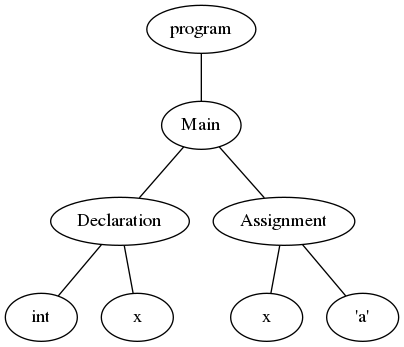
The Graphviz diagram AST.png in Danh95/Project-Compilers, before a commit. Its source is kept beside it as AST.dot.
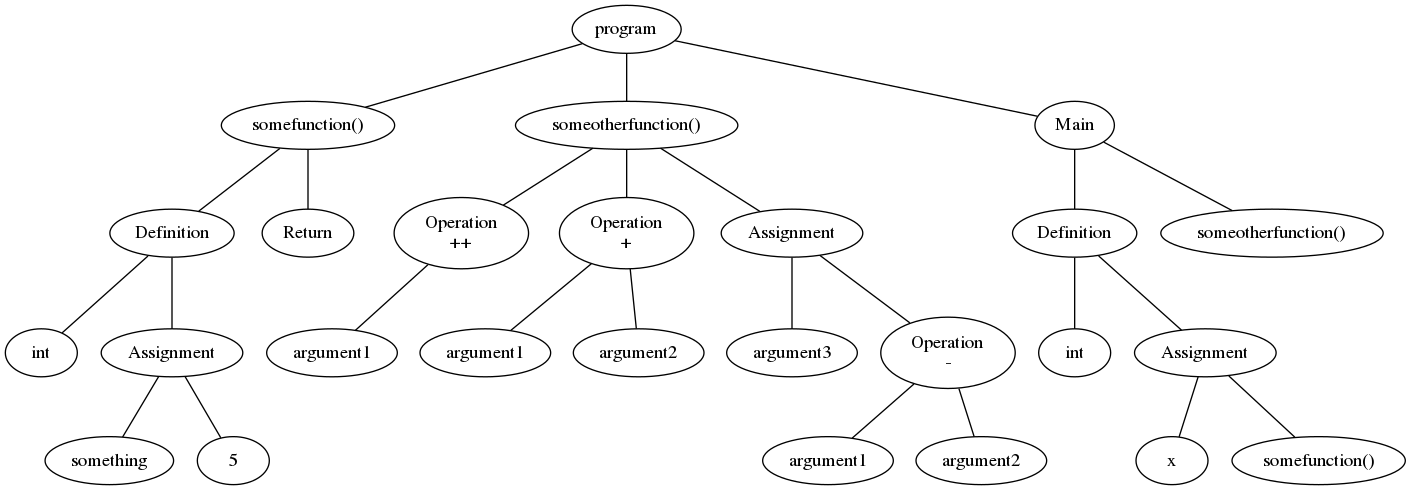
After the change.

The edit, as a diff of the source:
```diff
@@ -1,18 +1,57 @@
 graph AST {
 0[label="program"];
-1[label="Main"];
+1[label="somefunction()"];
 0 -- 1;
-2[label="Declaration"];
+2[label="Definition"];
 1 -- 2;
 3[label="int"];
 2 -- 3;
-4[label="x"];
+4[label="Assignment"];
 2 -- 4;
-5[label="Assignment"];
-1 -- 5;
-6[label="x"];
-5 -- 6;
-7[label="'a'"];
-5 -- 7;
+5[label="something"];
+4 -- 5;
+6[label="5"];
+4 -- 6;
+7[label="Return"];
+1 -- 7;
+8[label="someotherfunction()"];
+0 -- 8;
+9[label="Operation
+++"];
+8 -- 9;
+10[label="argument1"];
+9 -- 10;
+11[label="Operation
++"];
+8 -- 11;
+12[label="argument1"];
+11 -- 12;
+13[label="argument2"];
+11 -- 13;
+14[label="Assignment"];
+8 -- 14;
+15[label="argument3"];
+14 -- 15;
+16[label="Operation
+-"];
+14 -- 16;
+17[label="argument1"];
+16 -- 17;
+18[label="argument2"];
+16 -- 18;
+19[label="Main"];
+0 -- 19;
+20[label="Definition"];
+19 -- 20;
+21[label="int"];
+20 -- 21;
+22[label="Assignment"];
+20 -- 22;
+23[label="x"];
+22 -- 23;
+24[label="somefunction()"];
+22 -- 24;
+25[label="someotherfunction()"];
+19 -- 25;
 
 }
```
